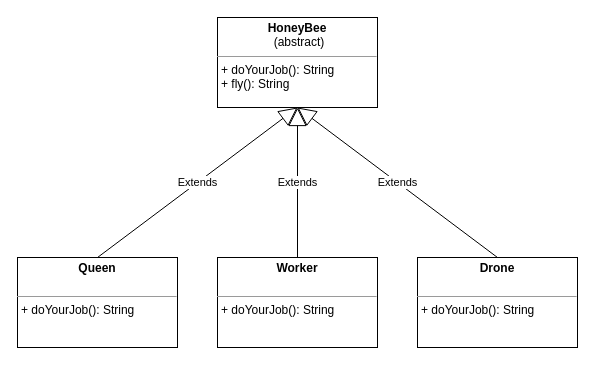
The draw.io diagram page "HoneyBee" (1 of 2) of hb_abstract.drawio in 01-OOP-Bjick/07a_HoneyBee_Abstract, before the edit. Source tidied: cells renumbered, new cells numbered last; positions are measured from the earlier drawing's top-left corner, leaving out a move shared by most shapes. Both pictures are drawn from the tidied source at 100%, with x=0, y=0 at pixel (17, 17).
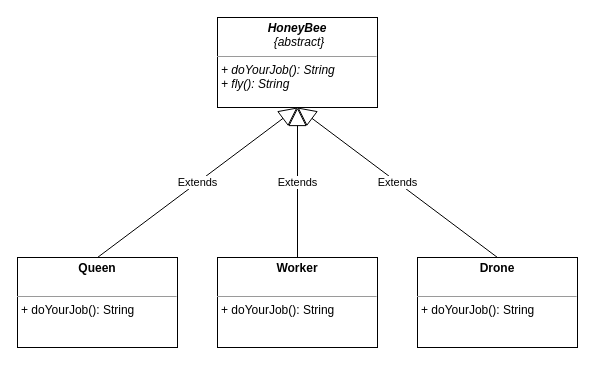
Above is the later version.

The edit, as a diff of the source:
```diff
@@
 <mxGraphModel>
   <root>
     <mxCell id="0" />
     <mxCell id="1" parent="0" />
-    <mxCell id="2" value="&lt;p style=&quot;margin: 0px ; margin-top: 4px ; text-align: center&quot;&gt;&lt;b&gt;HoneyBee&lt;/b&gt;&lt;/p&gt;&lt;p style=&quot;text-align: center; margin: 0px 0px 0px 4px;&quot;&gt;(abstract)&lt;/p&gt;&lt;hr size=&quot;1&quot;&gt;&lt;p style=&quot;margin: 0px ; margin-left: 4px&quot;&gt;+ doYourJob(): String&lt;/p&gt;&lt;p style=&quot;margin: 0px ; margin-left: 4px&quot;&gt;+ fly(): String&lt;/p&gt;" style="verticalAlign=top;align=left;overflow=fill;fontSize=12;fontFamily=Helvetica;html=1;" parent="1" vertex="1">
+    <mxCell id="2" value="&lt;p style=&quot;margin: 0px ; margin-top: 4px ; text-align: center&quot;&gt;&lt;b&gt;&lt;i&gt;HoneyBee&lt;/i&gt;&lt;/b&gt;&lt;/p&gt;&lt;p style=&quot;text-align: center; margin: 0px 0px 0px 4px;&quot;&gt;&lt;i&gt;{abstract}&lt;/i&gt;&lt;/p&gt;&lt;hr size=&quot;1&quot;&gt;&lt;p style=&quot;margin: 0px ; margin-left: 4px&quot;&gt;&lt;i&gt;+ doYourJob(): String&lt;/i&gt;&lt;/p&gt;&lt;p style=&quot;margin: 0px ; margin-left: 4px&quot;&gt;&lt;i&gt;+ fly(): String&lt;/i&gt;&lt;/p&gt;" style="verticalAlign=top;align=left;overflow=fill;fontSize=12;fontFamily=Helvetica;html=1;" parent="1" vertex="1">
       <mxGeometry x="200" width="160" height="90" as="geometry" />
     </mxCell>
     <mxCell id="3" value="&lt;p style=&quot;margin: 0px ; margin-top: 4px ; text-align: center&quot;&gt;&lt;b&gt;Queen&lt;/b&gt;&lt;/p&gt;&lt;p style=&quot;margin: 0px ; margin-left: 4px&quot;&gt;&lt;br&gt;&lt;/p&gt;&lt;hr size=&quot;1&quot;&gt;&lt;p style=&quot;margin: 0px ; margin-left: 4px&quot;&gt;+ doYourJob(): String&lt;br&gt;&lt;/p&gt;" style="verticalAlign=top;align=left;overflow=fill;fontSize=12;fontFamily=Helvetica;html=1;" parent="1" vertex="1">
       <mxGeometry y="240" width="160" height="90" as="geometry" />
     </mxCell>
     <mxCell id="4" value="Extends" style="endArrow=block;endSize=16;endFill=0;html=1;exitX=0.5;exitY=0;exitDx=0;exitDy=0;entryX=0.5;entryY=1;entryDx=0;entryDy=0;" parent="1" edge="1" source="3" target="2">
       <mxGeometry relative="1" as="geometry" />
     </mxCell>
     <mxCell id="5" value="&lt;p style=&quot;margin: 0px ; margin-top: 4px ; text-align: center&quot;&gt;&lt;b&gt;Worker&lt;/b&gt;&lt;/p&gt;&lt;p style=&quot;margin: 0px ; margin-left: 4px&quot;&gt;&lt;br&gt;&lt;/p&gt;&lt;hr size=&quot;1&quot;&gt;&lt;p style=&quot;margin: 0px ; margin-left: 4px&quot;&gt;+ doYourJob(): String&lt;br&gt;&lt;/p&gt;" style="verticalAlign=top;align=left;overflow=fill;fontSize=12;fontFamily=Helvetica;html=1;" parent="1" vertex="1">
       <mxGeometry x="200" y="240" width="160" height="90" as="geometry" />
     </mxCell>
     <mxCell id="6" value="&lt;p style=&quot;margin: 0px ; margin-top: 4px ; text-align: center&quot;&gt;&lt;b&gt;Drone&lt;/b&gt;&lt;/p&gt;&lt;p style=&quot;margin: 0px ; margin-left: 4px&quot;&gt;&lt;br&gt;&lt;/p&gt;&lt;hr size=&quot;1&quot;&gt;&lt;p style=&quot;margin: 0px ; margin-left: 4px&quot;&gt;+ doYourJob(): String&lt;br&gt;&lt;/p&gt;" style="verticalAlign=top;align=left;overflow=fill;fontSize=12;fontFamily=Helvetica;html=1;" parent="1" vertex="1">
       <mxGeometry x="400" y="240" width="160" height="90" as="geometry" />
     </mxCell>
     <mxCell id="7" value="Extends" style="endArrow=block;endSize=16;endFill=0;html=1;exitX=0.5;exitY=0;exitDx=0;exitDy=0;entryX=0.5;entryY=1;entryDx=0;entryDy=0;" parent="1" edge="1" source="5" target="2">
       <mxGeometry relative="1" as="geometry" />
     </mxCell>
     <mxCell id="8" value="Extends" style="endArrow=block;endSize=16;endFill=0;html=1;exitX=0.5;exitY=0;exitDx=0;exitDy=0;entryX=0.5;entryY=1;entryDx=0;entryDy=0;" parent="1" edge="1" source="6" target="2">
       <mxGeometry relative="1" as="geometry" />
     </mxCell>
   </root>
 </mxGraphModel>
```
